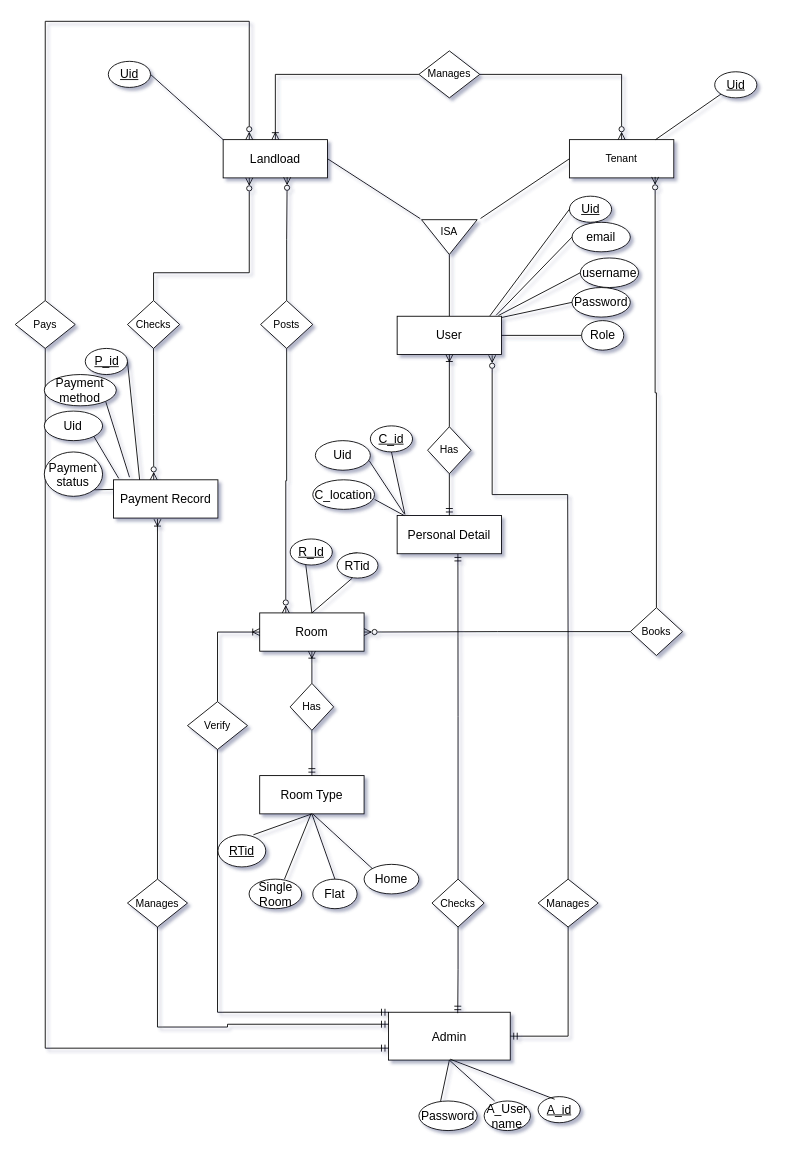
Above: page "ERD" (2 of 7) of GharBeti(Diagrams).drawio in Sbdpratik/gharbeti (draw.io), before the change. Source tidied: cells renumbered, new cells numbered last; positions are measured from the earlier drawing's top-left corner, leaving out a move shared by most shapes. Both pictures are drawn from the tidied source at 87%, with x=0, y=0 at pixel (15, 21).
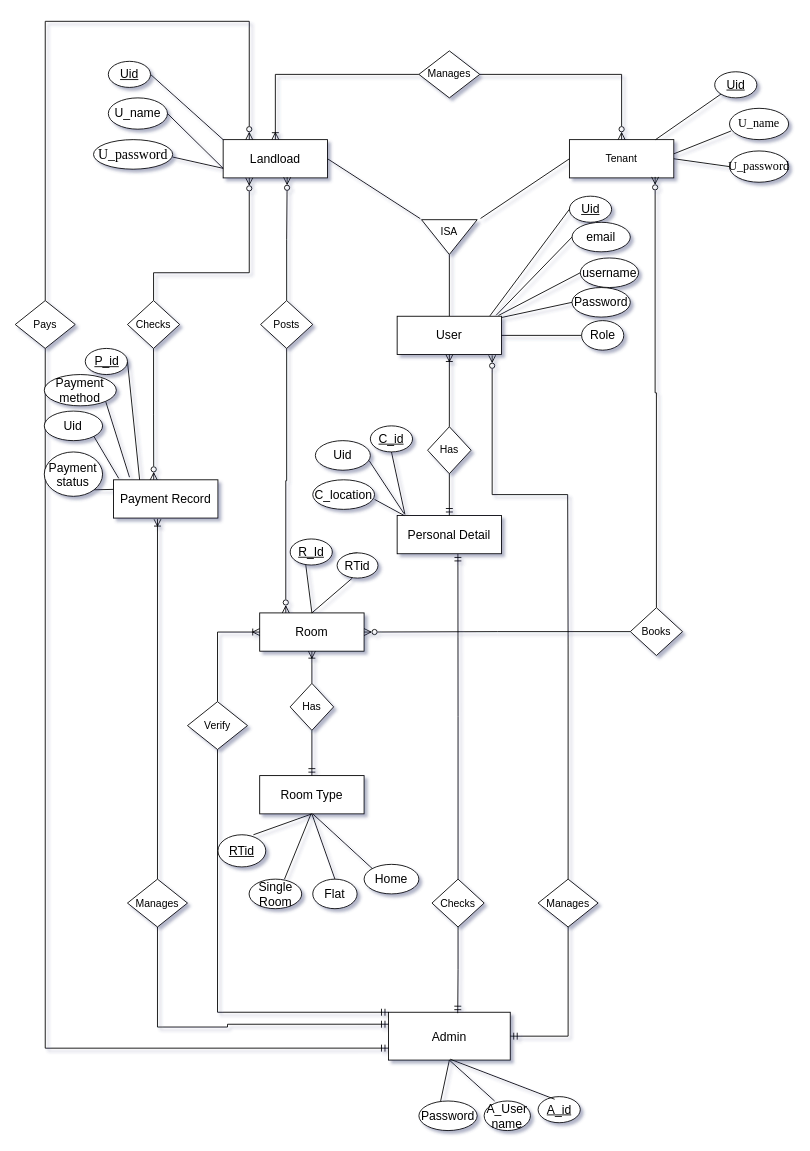
Above is the later version.

The change refers to these unchanged cells:
```xml
<mxCell id="3" value="&lt;font style=&quot;font-size: 14px&quot;&gt;Landload&lt;/font&gt;" style="rounded=0;whiteSpace=wrap;html=1;" parent="1" vertex="1">
  <mxGeometry x="239" y="136" width="120" height="44" as="geometry" />
</mxCell>
<mxCell id="5" value="Tenant" style="rounded=0;whiteSpace=wrap;html=1;" parent="1" vertex="1">
  <mxGeometry x="637" y="136" width="120" height="44" as="geometry" />
</mxCell>
```

What changed in the source:
```diff
@@
+    <mxCell id="94" value="&lt;font face=&quot;Times New Roman&quot; style=&quot;font-size: 14px&quot;&gt;U_password&lt;/font&gt;" style="ellipse;whiteSpace=wrap;html=1;" parent="1" vertex="1">
+      <mxGeometry x="821" y="149" width="68" height="36" as="geometry" />
+    </mxCell>
+    <mxCell id="95" value="&lt;font face=&quot;Times New Roman&quot; size=&quot;3&quot;&gt;U_password&lt;/font&gt;" style="ellipse;whiteSpace=wrap;html=1;" parent="1" vertex="1">
+      <mxGeometry x="90" y="136" width="91" height="34" as="geometry" />
+    </mxCell>
+    <mxCell id="96" value="&lt;font style=&quot;font-size: 14px&quot;&gt;U_name&lt;/font&gt;" style="ellipse;whiteSpace=wrap;html=1;" parent="1" vertex="1">
+      <mxGeometry x="107" y="88" width="68" height="36" as="geometry" />
+    </mxCell>
+    <mxCell id="97" value="&lt;font style=&quot;font-size: 14px&quot; face=&quot;Times New Roman&quot;&gt;U_name&lt;/font&gt;" style="ellipse;whiteSpace=wrap;html=1;" parent="1" vertex="1">
+      <mxGeometry x="821" y="100" width="68" height="36" as="geometry" />
+    </mxCell>
+    <mxCell id="98" style="jettySize=auto;html=1;exitX=0.029;exitY=0.722;exitDx=0;exitDy=0;entryX=0.825;entryY=0;entryDx=0;entryDy=0;entryPerimeter=0;startArrow=none;startFill=0;endArrow=none;endFill=0;rounded=0;exitPerimeter=0;" parent="1" edge="1" source="97">
+      <mxGeometry relative="1" as="geometry">
+        <mxPoint x="757" y="152.3" as="targetPoint" />
+      </mxGeometry>
+    </mxCell>
+    <mxCell id="99" style="jettySize=auto;html=1;exitX=0;exitY=0.5;exitDx=0;exitDy=0;entryX=1;entryY=0.5;entryDx=0;entryDy=0;startArrow=none;startFill=0;endArrow=none;endFill=0;rounded=0;" parent="1" edge="1" source="94" target="5">
+      <mxGeometry relative="1" as="geometry" />
+    </mxCell>
+    <mxCell id="100" style="edgeStyle=none;rounded=0;jettySize=auto;html=1;exitX=1;exitY=0.5;exitDx=0;exitDy=0;entryX=0;entryY=0.75;entryDx=0;entryDy=0;startArrow=none;startFill=0;endArrow=none;endFill=0;" parent="1" edge="1" source="96" target="3">
+      <mxGeometry relative="1" as="geometry" />
+    </mxCell>
+    <mxCell id="101" style="edgeStyle=none;rounded=0;jettySize=auto;html=1;exitX=1;exitY=0.5;exitDx=0;exitDy=0;entryX=0;entryY=0.75;entryDx=0;entryDy=0;startArrow=none;startFill=0;endArrow=none;endFill=0;" parent="1" edge="1" target="3">
+      <mxGeometry relative="1" as="geometry">
+        <mxPoint x="181" y="156" as="sourcePoint" />
+      </mxGeometry>
+    </mxCell>
```
